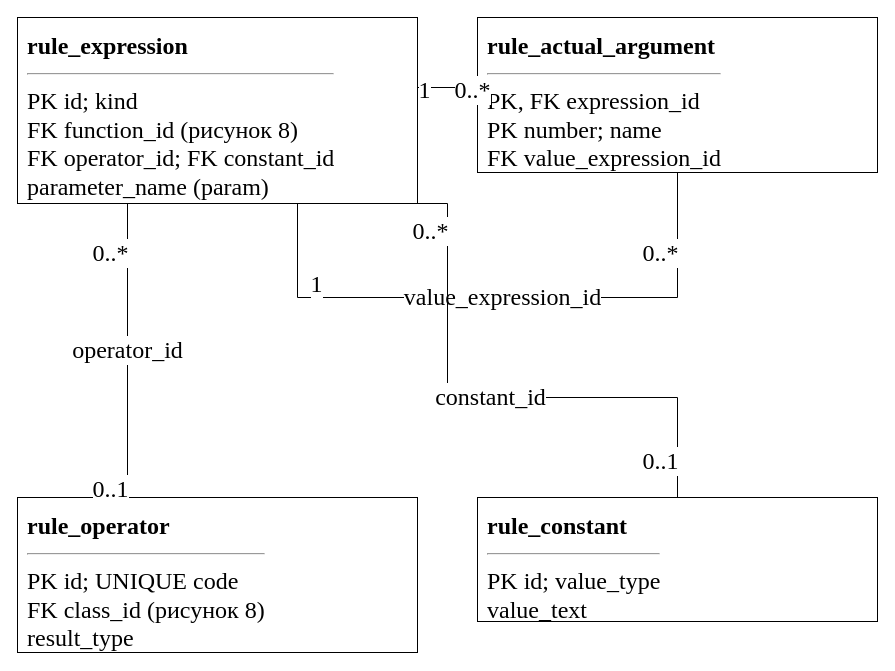
This is utils/lab7/diagrams/09_erd_calls.drawio from 10xtheo/mispris-sem7, a draw.io file, before an edit. Source tidied: cells renumbered, new cells numbered last; positions are measured from the earlier drawing's top-left corner, leaving out a move shared by most shapes. Both pictures are drawn from the tidied source at 100%, with x=0, y=0 at pixel (17, 17).
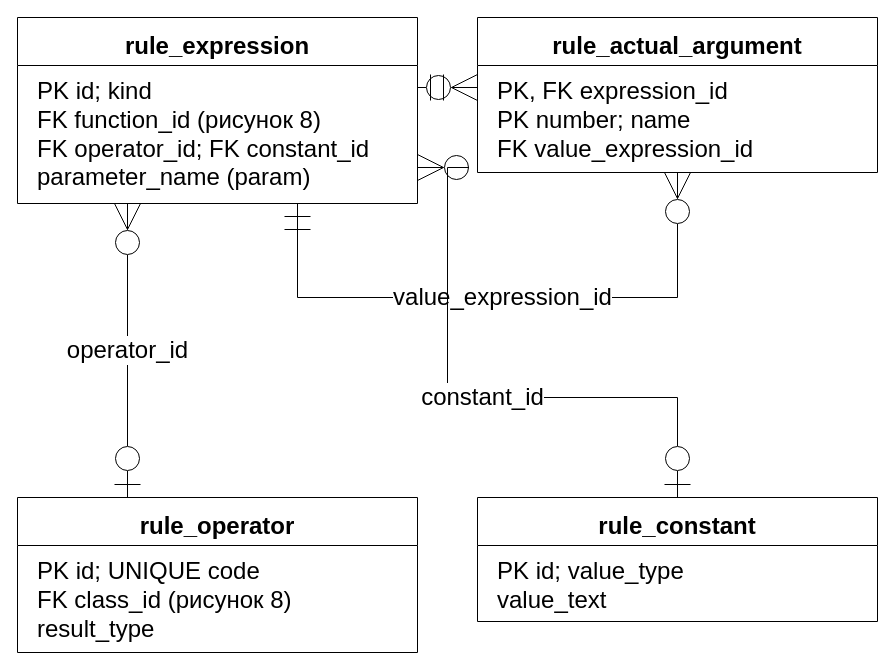
After the change.

What changed in the source:
```diff
@@
-    <mxCell id="2" value="&lt;b&gt;rule_expression&lt;/b&gt;&lt;hr&gt;PK id; kind&lt;br&gt;FK function_id (рисунок 8)&lt;br&gt;FK operator_id; FK constant_id&lt;br&gt;parameter_name (param)" style="rounded=0;whiteSpace=wrap;html=1;align=left;verticalAlign=top;fontFamily=Times New Roman;fontSize=24;spacing=10;fillColor=#ffffff;strokeColor=#000000;" parent="1" vertex="1">
+    <mxCell id="2" value="rule_expression" style="rounded=0;whiteSpace=wrap;html=1;align=center;verticalAlign=top;fontFamily=Arial;fontSize=24;spacing=10;fillColor=#ffffff;strokeColor=#000000;shape=swimlane;startSize=48;fontStyle=1;swimlaneFillColor=#ffffff;" parent="1" vertex="1">
       <mxGeometry width="400" height="186" as="geometry" />
     </mxCell>
+    <mxCell id="18" value="PK id; kind&lt;br&gt;FK function_id (рисунок 8)&lt;br&gt;FK operator_id; FK constant_id&lt;br&gt;parameter_name (param)" style="text;html=1;align=left;verticalAlign=top;fontFamily=Arial;fontSize=24;spacingLeft=18;spacingTop=5;fillColor=none;strokeColor=none;" parent="2" vertex="1">
+      <mxGeometry y="48" width="400" height="138" as="geometry" />
+    </mxCell>
-    <mxCell id="3" value="&lt;b&gt;rule_actual_argument&lt;/b&gt;&lt;hr&gt;PK, FK expression_id&lt;br&gt;PK number; name&lt;br&gt;FK value_expression_id" style="rounded=0;whiteSpace=wrap;html=1;align=left;verticalAlign=top;fontFamily=Times New Roman;fontSize=24;spacing=10;fillColor=#ffffff;strokeColor=#000000;" parent="1" vertex="1">
+    <mxCell id="3" value="rule_actual_argument" style="rounded=0;whiteSpace=wrap;html=1;align=center;verticalAlign=top;fontFamily=Arial;fontSize=24;spacing=10;fillColor=#ffffff;strokeColor=#000000;shape=swimlane;startSize=48;fontStyle=1;swimlaneFillColor=#ffffff;" parent="1" vertex="1">
       <mxGeometry x="460" width="400" height="155" as="geometry" />
     </mxCell>
+    <mxCell id="19" value="PK, FK expression_id&lt;br&gt;PK number; name&lt;br&gt;FK value_expression_id" style="text;html=1;align=left;verticalAlign=top;fontFamily=Arial;fontSize=24;spacingLeft=18;spacingTop=5;fillColor=none;strokeColor=none;" parent="3" vertex="1">
+      <mxGeometry y="48" width="400" height="107" as="geometry" />
+    </mxCell>
-    <mxCell id="4" value="&lt;b&gt;rule_operator&lt;/b&gt;&lt;hr&gt;PK id; UNIQUE code&lt;br&gt;FK class_id (рисунок 8)&lt;br&gt;result_type" style="rounded=0;whiteSpace=wrap;html=1;align=left;verticalAlign=top;fontFamily=Times New Roman;fontSize=24;spacing=10;fillColor=#ffffff;strokeColor=#000000;" parent="1" vertex="1">
+    <mxCell id="4" value="rule_operator" style="rounded=0;whiteSpace=wrap;html=1;align=center;verticalAlign=top;fontFamily=Arial;fontSize=24;spacing=10;fillColor=#ffffff;strokeColor=#000000;shape=swimlane;startSize=48;fontStyle=1;swimlaneFillColor=#ffffff;" parent="1" vertex="1">
       <mxGeometry y="480" width="400" height="155" as="geometry" />
     </mxCell>
+    <mxCell id="20" value="PK id; UNIQUE code&lt;br&gt;FK class_id (рисунок 8)&lt;br&gt;result_type" style="text;html=1;align=left;verticalAlign=top;fontFamily=Arial;fontSize=24;spacingLeft=18;spacingTop=5;fillColor=none;strokeColor=none;" parent="4" vertex="1">
+      <mxGeometry y="48" width="400" height="107" as="geometry" />
+    </mxCell>
-    <mxCell id="5" value="&lt;b&gt;rule_constant&lt;/b&gt;&lt;hr&gt;PK id; value_type&lt;br&gt;value_text" style="rounded=0;whiteSpace=wrap;html=1;align=left;verticalAlign=top;fontFamily=Times New Roman;fontSize=24;spacing=10;fillColor=#ffffff;strokeColor=#000000;" parent="1" vertex="1">
+    <mxCell id="5" value="rule_constant" style="rounded=0;whiteSpace=wrap;html=1;align=center;verticalAlign=top;fontFamily=Arial;fontSize=24;spacing=10;fillColor=#ffffff;strokeColor=#000000;shape=swimlane;startSize=48;fontStyle=1;swimlaneFillColor=#ffffff;" parent="1" vertex="1">
       <mxGeometry x="460" y="480" width="400" height="124" as="geometry" />
     </mxCell>
+    <mxCell id="21" value="PK id; value_type&lt;br&gt;value_text" style="text;html=1;align=left;verticalAlign=top;fontFamily=Arial;fontSize=24;spacingLeft=18;spacingTop=5;fillColor=none;strokeColor=none;" parent="5" vertex="1">
+      <mxGeometry y="48" width="400" height="76" as="geometry" />
+    </mxCell>
-    <mxCell id="6" style="edgeStyle=orthogonalEdgeStyle;rounded=0;html=1;endArrow=open;fontFamily=Times New Roman;fontSize=24;labelBackgroundColor=#ffffff;exitX=0.0;exitY=0.45161290322580644;entryX=1.0;entryY=0.3763440860215054;endArrow=none;startArrow=none;" parent="1" edge="1" source="3" target="2">
+    <mxCell id="6" style="edgeStyle=orthogonalEdgeStyle;rounded=0;html=1;endArrow=open;fontFamily=Arial;fontSize=24;labelBackgroundColor=#ffffff;exitX=0.0;exitY=0.45161290322580644;entryX=1.0;entryY=0.3763440860215054;endArrow=none;startArrow=none;startArrow=ERzeroToMany;endArrow=ERmandOne;startFill=0;endFill=0;startSize=24;endSize=24;" parent="1" edge="1" source="3" target="2">
       <mxGeometry relative="1" as="geometry" />
     </mxCell>
-    <mxCell id="7" value="0..*" style="edgeLabel;html=1;align=center;fontFamily=Times New Roman;fontSize=24;" parent="6" vertex="1">
-      <mxGeometry x="-0.8" y="-18" relative="1" as="geometry" />
-    </mxCell>
-    <mxCell id="8" value="1" style="edgeLabel;html=1;align=center;fontFamily=Times New Roman;fontSize=24;" parent="6" vertex="1">
-      <mxGeometry x="0.8" y="-18" relative="1" as="geometry" />
-    </mxCell>
-    <mxCell id="9" value="value_expression_id" style="edgeStyle=orthogonalEdgeStyle;rounded=0;html=1;endArrow=open;fontFamily=Times New Roman;fontSize=24;labelBackgroundColor=#ffffff;exitX=0.5;exitY=1.0;entryX=0.7;entryY=1.0;endArrow=none;startArrow=none;" parent="1" edge="1" source="3" target="2">
+    <mxCell id="9" value="value_expression_id" style="edgeStyle=orthogonalEdgeStyle;rounded=0;html=1;endArrow=open;fontFamily=Arial;fontSize=24;labelBackgroundColor=#ffffff;exitX=0.5;exitY=1.0;entryX=0.7;entryY=1.0;endArrow=none;startArrow=none;startArrow=ERzeroToMany;endArrow=ERmandOne;startFill=0;endFill=0;startSize=24;endSize=24;" parent="1" edge="1" source="3" target="2">
       <mxGeometry relative="1" as="geometry">
         <Array as="points">
           <mxPoint x="660" y="280" />
           <mxPoint x="280" y="280" />
         </Array>
       </mxGeometry>
     </mxCell>
-    <mxCell id="10" value="0..*" style="edgeLabel;html=1;align=center;fontFamily=Times New Roman;fontSize=24;" parent="9" vertex="1">
-      <mxGeometry x="-0.8" y="-18" relative="1" as="geometry" />
-    </mxCell>
-    <mxCell id="11" value="1" style="edgeLabel;html=1;align=center;fontFamily=Times New Roman;fontSize=24;" parent="9" vertex="1">
-      <mxGeometry x="0.8" y="-18" relative="1" as="geometry" />
-    </mxCell>
-    <mxCell id="12" value="operator_id" style="edgeStyle=orthogonalEdgeStyle;rounded=0;html=1;endArrow=open;fontFamily=Times New Roman;fontSize=24;labelBackgroundColor=#ffffff;exitX=0.275;exitY=1.0;entryX=0.275;entryY=0.0;endArrow=none;startArrow=none;" parent="1" edge="1" source="2" target="4">
+    <mxCell id="12" value="operator_id" style="edgeStyle=orthogonalEdgeStyle;rounded=0;html=1;endArrow=open;fontFamily=Arial;fontSize=24;labelBackgroundColor=#ffffff;exitX=0.275;exitY=1.0;entryX=0.275;entryY=0.0;endArrow=none;startArrow=none;startArrow=ERzeroToMany;endArrow=ERzeroToOne;startFill=0;endFill=0;startSize=24;endSize=24;" parent="1" edge="1" source="2" target="4">
       <mxGeometry relative="1" as="geometry" />
     </mxCell>
-    <mxCell id="13" value="0..*" style="edgeLabel;html=1;align=center;fontFamily=Times New Roman;fontSize=24;" parent="12" vertex="1">
-      <mxGeometry x="-0.8" y="-18" relative="1" as="geometry" />
-    </mxCell>
-    <mxCell id="14" value="0..1" style="edgeLabel;html=1;align=center;fontFamily=Times New Roman;fontSize=24;" parent="12" vertex="1">
-      <mxGeometry x="0.8" y="-18" relative="1" as="geometry" />
-    </mxCell>
-    <mxCell id="15" value="constant_id" style="edgeStyle=orthogonalEdgeStyle;rounded=0;html=1;endArrow=open;fontFamily=Times New Roman;fontSize=24;labelBackgroundColor=#ffffff;exitX=0.95;exitY=1.0;entryX=0.5;entryY=0.0;endArrow=none;startArrow=none;" parent="1" edge="1" source="2" target="5">
+    <mxCell id="15" value="constant_id" style="edgeStyle=orthogonalEdgeStyle;rounded=0;html=1;endArrow=open;fontFamily=Arial;fontSize=24;labelBackgroundColor=#ffffff;exitX=1.0;exitY=0.8064516129032258;entryX=0.5;entryY=0.0;endArrow=none;startArrow=none;startArrow=ERzeroToMany;endArrow=ERzeroToOne;startFill=0;endFill=0;startSize=24;endSize=24;" parent="1" edge="1" source="2" target="5">
       <mxGeometry relative="1" as="geometry">
         <Array as="points">
-          <mxPoint x="430" y="186" />
+          <mxPoint x="430" y="150" />
           <mxPoint x="430" y="380" />
           <mxPoint x="660" y="380" />
         </Array>
       </mxGeometry>
     </mxCell>
-    <mxCell id="16" value="0..*" style="edgeLabel;html=1;align=center;fontFamily=Times New Roman;fontSize=24;" parent="15" vertex="1">
-      <mxGeometry x="-0.8" y="-18" relative="1" as="geometry" />
-    </mxCell>
-    <mxCell id="17" value="0..1" style="edgeLabel;html=1;align=center;fontFamily=Times New Roman;fontSize=24;" parent="15" vertex="1">
-      <mxGeometry x="0.8" y="-18" relative="1" as="geometry" />
-    </mxCell>
```
